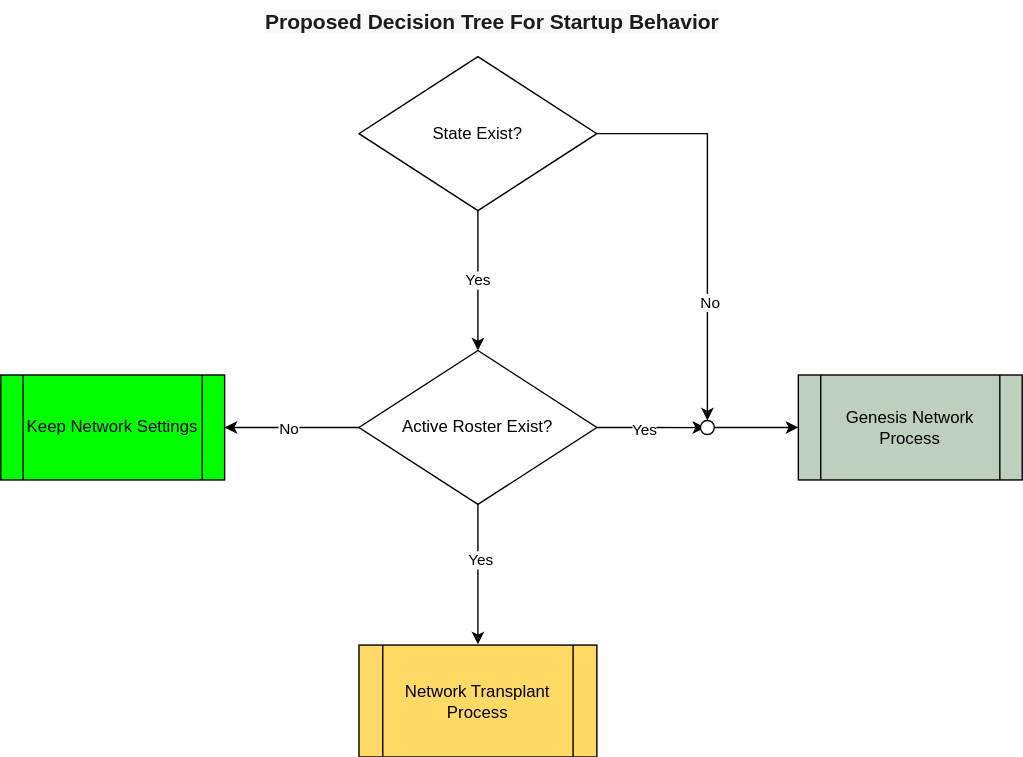
Earlier version of the draw.io export platform-sdk/docs/proposals/001-tss-rosters-design-proposal/Proposed Network Transplant flow.drawio.svg (hashgraph/hedera-services). Source tidied: cells renumbered, new cells last; positions are measured from the earlier drawing's top-left corner, leaving out a move shared by most shapes.
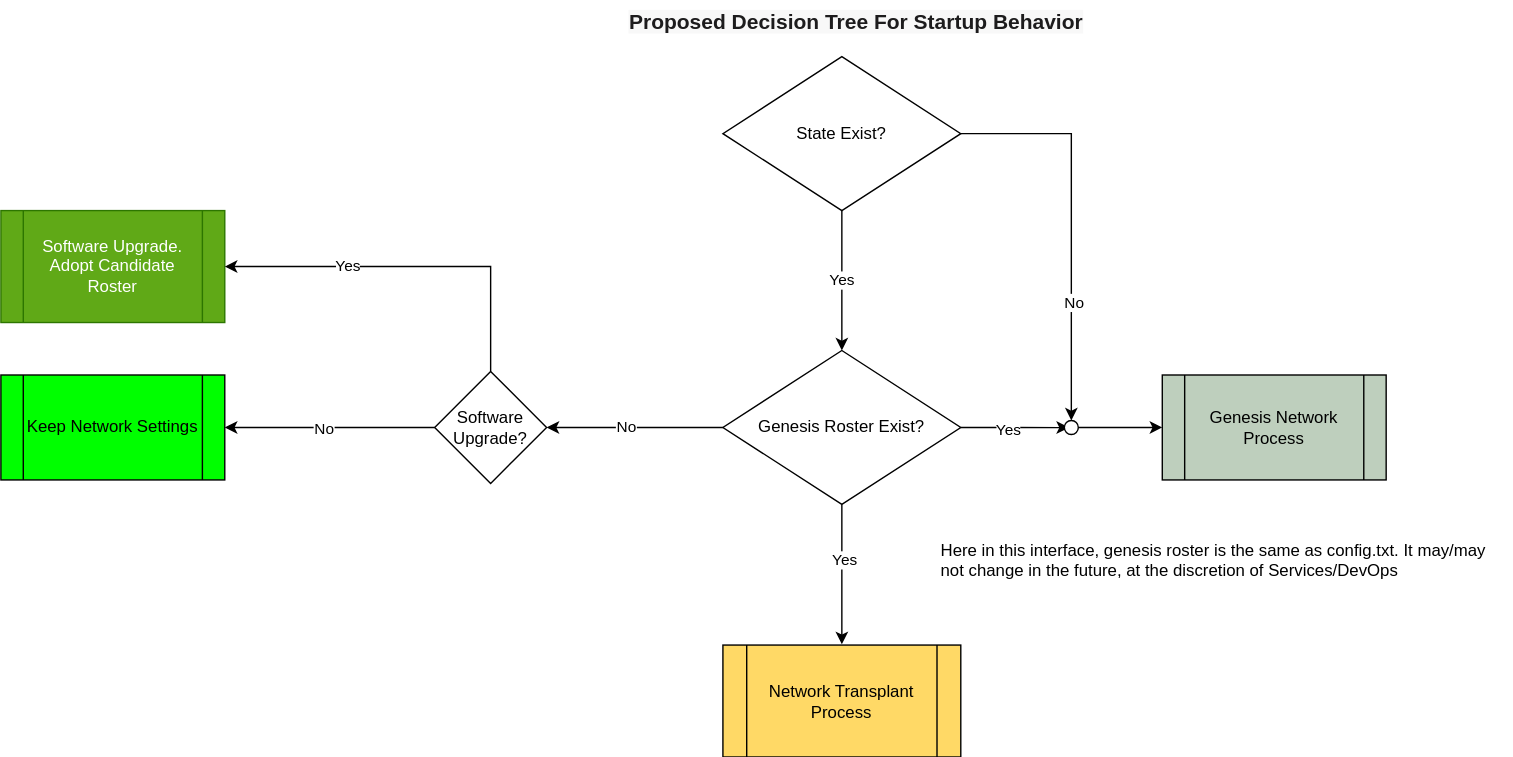
After the commit.

Commit message:
clarify roster adoption at software upgrade

Change to the diagram source:
```diff
@@ -10,7 +10,7 @@
     <mxCell id="3" value="Yes" style="edgeLabel;html=1;align=center;verticalAlign=middle;" parent="2" vertex="1">
       <mxGeometry x="-0.22" y="1" relative="1" as="geometry" />
     </mxCell>
-    <mxCell id="4" style="edgeStyle=orthogonalEdgeStyle;rounded=0;jettySize=auto;html=1;exitX=0;exitY=0.5;exitDx=0;exitDy=0;entryX=1;entryY=0.5;entryDx=0;entryDy=0;" parent="1" edge="1" source="8" target="15">
+    <mxCell id="4" style="edgeStyle=orthogonalEdgeStyle;rounded=0;jettySize=auto;html=1;exitX=0;exitY=0.5;exitDx=0;exitDy=0;entryX=1;entryY=0.5;entryDx=0;entryDy=0;" parent="1" edge="1" source="24" target="15">
       <mxGeometry relative="1" as="geometry" />
     </mxCell>
     <mxCell id="5" value="No" style="edgeLabel;html=1;align=center;verticalAlign=middle;" parent="4" vertex="1">
@@ -24,7 +24,7 @@
     <mxCell id="7" value="Yes" style="edgeLabel;html=1;align=center;verticalAlign=middle;" parent="6" vertex="1">
       <mxGeometry x="-0.16" y="-1" relative="1" as="geometry" />
     </mxCell>
-    <mxCell id="8" value="Active Roster Exist?" style="rhombus;whiteSpace=wrap;html=1;" parent="1" vertex="1">
+    <mxCell id="8" value="Genesis Roster Exist?" style="rhombus;whiteSpace=wrap;html=1;" parent="1" vertex="1">
       <mxGeometry x="256" y="250" width="170" height="110" as="geometry" />
     </mxCell>
     <mxCell id="9" value="Yes" style="edgeStyle=orthogonalEdgeStyle;rounded=0;jettySize=auto;html=1;exitX=0.5;exitY=1;exitDx=0;exitDy=0;entryX=0.5;entryY=0;entryDx=0;entryDy=0;" parent="1" edge="1" source="12" target="8">
@@ -46,7 +46,7 @@
       <mxGeometry x="256" y="460.5" width="170" height="80" as="geometry" />
     </mxCell>
     <mxCell id="15" value="Keep Network Settings" style="shape=process;whiteSpace=wrap;html=1;backgroundOutline=1;fillColor=#00FF00;" parent="1" vertex="1">
-      <mxGeometry y="267.5" width="160" height="75" as="geometry" />
+      <mxGeometry x="-260" y="267.5" width="160" height="75" as="geometry" />
     </mxCell>
     <mxCell id="16" value="&lt;b style=&quot;box-sizing: inherit; color: rgb(29, 28, 29); font-family: Slack-Lato, Slack-Fractions, appleLogo, sans-serif; font-size: 15px; font-variant-ligatures: common-ligatures; text-align: left; background-color: rgb(248, 248, 248);&quot;&gt;Proposed Decision Tree For Startup Behavior&lt;/b&gt;" style="text;html=1;align=center;verticalAlign=middle;whiteSpace=wrap;rounded=0;" parent="1" vertex="1">
       <mxGeometry x="178.5" width="345" height="30" as="geometry" />
@@ -57,5 +57,26 @@
     <mxCell id="18" style="ellipse;whiteSpace=wrap;html=1;" parent="1" vertex="1">
       <mxGeometry x="500" y="300" width="10" height="10" as="geometry" />
     </mxCell>
+    <mxCell id="19" value="Software Upgrade.&lt;br&gt;Adopt Candidate Roster" style="shape=process;whiteSpace=wrap;html=1;backgroundOutline=1;fillColor=#60a917;strokeColor=#2D7600;fontColor=#ffffff;" parent="1" vertex="1">
+      <mxGeometry x="-260" y="150" width="160" height="80" as="geometry" />
+    </mxCell>
+    <mxCell id="20" style="edgeStyle=orthogonalEdgeStyle;rounded=0;jettySize=auto;html=1;exitX=0;exitY=0.5;exitDx=0;exitDy=0;entryX=1;entryY=0.5;entryDx=0;entryDy=0;" parent="1" edge="1" source="8" target="24">
+      <mxGeometry relative="1" as="geometry" />
+    </mxCell>
+    <mxCell id="21" value="No" style="edgeLabel;html=1;align=center;verticalAlign=middle;" parent="20" vertex="1">
+      <mxGeometry x="0.11" y="-1" relative="1" as="geometry" />
+    </mxCell>
+    <mxCell id="22" style="edgeStyle=orthogonalEdgeStyle;rounded=0;jettySize=auto;html=1;exitX=0.5;exitY=0;exitDx=0;exitDy=0;entryX=1;entryY=0.5;entryDx=0;entryDy=0;" parent="1" edge="1" source="24" target="19">
+      <mxGeometry relative="1" as="geometry" />
+    </mxCell>
+    <mxCell id="23" value="Yes" style="edgeLabel;html=1;align=center;verticalAlign=middle;" parent="22" vertex="1">
+      <mxGeometry x="0.34" y="-1" relative="1" as="geometry" />
+    </mxCell>
+    <mxCell id="24" value="Software Upgrade?" style="rhombus;whiteSpace=wrap;html=1;" parent="1" vertex="1">
+      <mxGeometry x="50" y="265" width="80" height="80" as="geometry" />
+    </mxCell>
+    <mxCell id="25" value="Here in this interface, genesis roster is the same as config.txt. It may/may not change in the future, at the discretion of Services/DevOps" style="text;html=1;align=left;verticalAlign=middle;whiteSpace=wrap;rounded=0;" parent="1" vertex="1">
+      <mxGeometry x="410" y="390" width="410" height="20" as="geometry" />
+    </mxCell>
   </root>
 </mxGraphModel>
```
